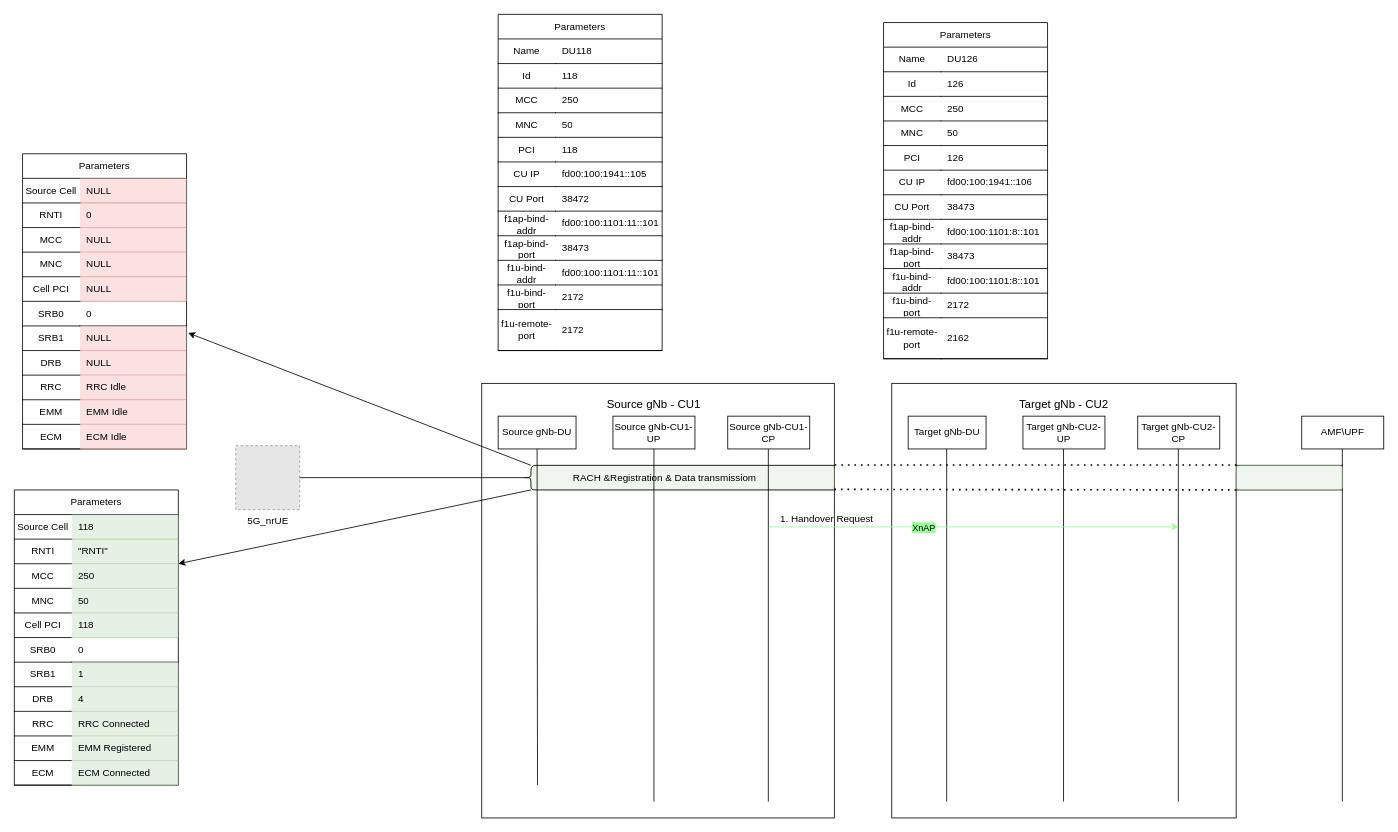
The draw.io diagram Inter_CU_Handover.drawio in fzybot/draw_io_schemes, before the edit. Source tidied: cells renumbered, new cells numbered last; positions are measured from the earlier drawing's top-left corner, leaving out a move shared by most shapes. Both pictures are drawn from the tidied source at 82%, with x=0, y=0 at pixel (14, 14). Pictures stored in the file or linked from it are replaced by grey dashed boxes.
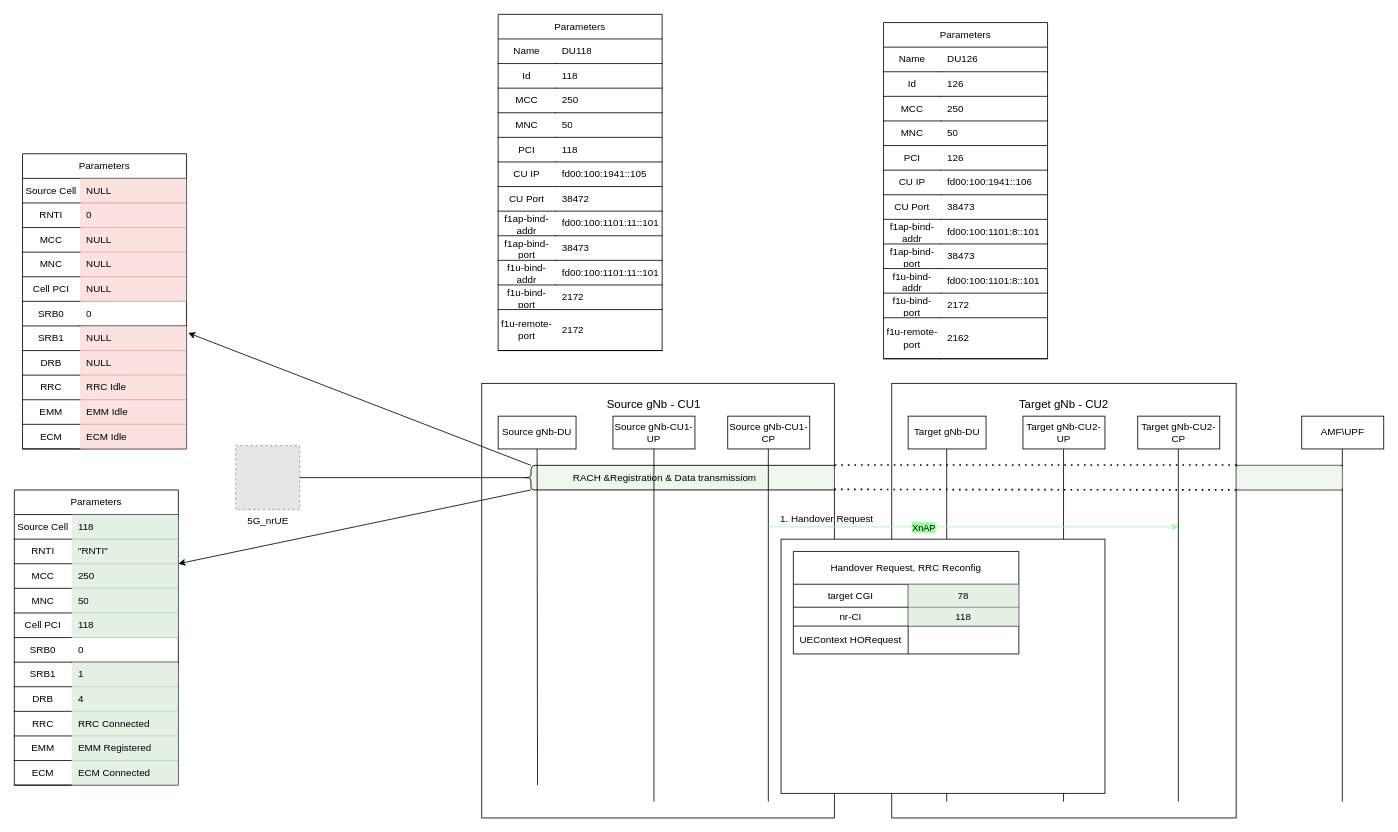
The same page after the edit.

Diff of the diagram source:
```diff
@@
+    <mxCell id="179" style="rounded=0;whiteSpace=wrap;html=1;" parent="1" vertex="1">
+      <mxGeometry x="935" y="640" width="395" height="310" as="geometry" />
+    </mxCell>
+    <mxCell id="180" value="&lt;font style=&quot;font-size: 12px;&quot;&gt;Handover Request, RRC Reconfig&lt;/font&gt;" style="shape=table;startSize=40;childLayout=tableLayout;strokeColor=default;fontSize=12;whiteSpace=wrap;labelBorderColor=none;html=1;" parent="1" vertex="1">
+      <mxGeometry x="950" y="655" width="275" height="125" as="geometry" />
+    </mxCell>
+    <mxCell id="181" style="shape=tableRow;horizontal=0;startSize=0;swimlaneHead=0;swimlaneBody=0;strokeColor=inherit;top=0;left=0;bottom=0;right=0;fillColor=none;fontSize=12;" parent="180" vertex="1">
+      <mxGeometry y="40" width="275" height="28" as="geometry" />
+    </mxCell>
+    <mxCell id="182" value="target CGI" style="shape=partialRectangle;html=1;whiteSpace=wrap;strokeColor=inherit;overflow=hidden;fillColor=none;top=0;left=0;bottom=0;right=0;fontSize=12;" parent="181" vertex="1">
+      <mxGeometry width="140" height="28" as="geometry" />
+    </mxCell>
+    <mxCell id="183" value="78" style="shape=partialRectangle;html=1;whiteSpace=wrap;strokeColor=default;overflow=hidden;fillColor=#d5e8d4;top=0;left=0;bottom=0;right=0;fontSize=12;opacity=60;" parent="181" vertex="1">
+      <mxGeometry x="140" width="135" height="28" as="geometry" />
+    </mxCell>
+    <mxCell id="184" style="shape=tableRow;horizontal=0;startSize=0;swimlaneHead=0;swimlaneBody=0;strokeColor=inherit;top=0;left=0;bottom=0;right=0;fillColor=none;fontSize=12;" parent="180" vertex="1">
+      <mxGeometry y="68" width="275" height="23" as="geometry" />
+    </mxCell>
+    <mxCell id="185" value="nr-CI" style="shape=partialRectangle;html=1;whiteSpace=wrap;strokeColor=inherit;overflow=hidden;fillColor=none;top=0;left=0;bottom=0;right=0;fontSize=12;" parent="184" vertex="1">
+      <mxGeometry width="140" height="23" as="geometry" />
+    </mxCell>
+    <mxCell id="186" value="118" style="shape=partialRectangle;html=1;whiteSpace=wrap;strokeColor=#82b366;overflow=hidden;fillColor=#d5e8d4;top=0;left=0;bottom=0;right=0;fontSize=12;opacity=60;" parent="184" vertex="1">
+      <mxGeometry x="140" width="135" height="23" as="geometry" />
+    </mxCell>
+    <mxCell id="187" style="shape=tableRow;horizontal=0;startSize=0;swimlaneHead=0;swimlaneBody=0;strokeColor=inherit;top=0;left=0;bottom=0;right=0;fillColor=none;fontSize=12;" parent="180" vertex="1">
+      <mxGeometry y="91" width="275" height="34" as="geometry" />
+    </mxCell>
+    <mxCell id="188" value="UEContext HORequest" style="shape=partialRectangle;html=1;whiteSpace=wrap;strokeColor=inherit;overflow=hidden;fillColor=none;top=0;left=0;bottom=0;right=0;fontSize=12;" parent="187" vertex="1">
+      <mxGeometry width="140" height="34" as="geometry" />
+    </mxCell>
+    <mxCell id="189" style="shape=partialRectangle;html=1;whiteSpace=wrap;strokeColor=inherit;overflow=hidden;fillColor=none;top=0;left=0;bottom=0;right=0;fontSize=12;" parent="187" vertex="1">
+      <mxGeometry x="140" width="135" height="34" as="geometry" />
+    </mxCell>
```
